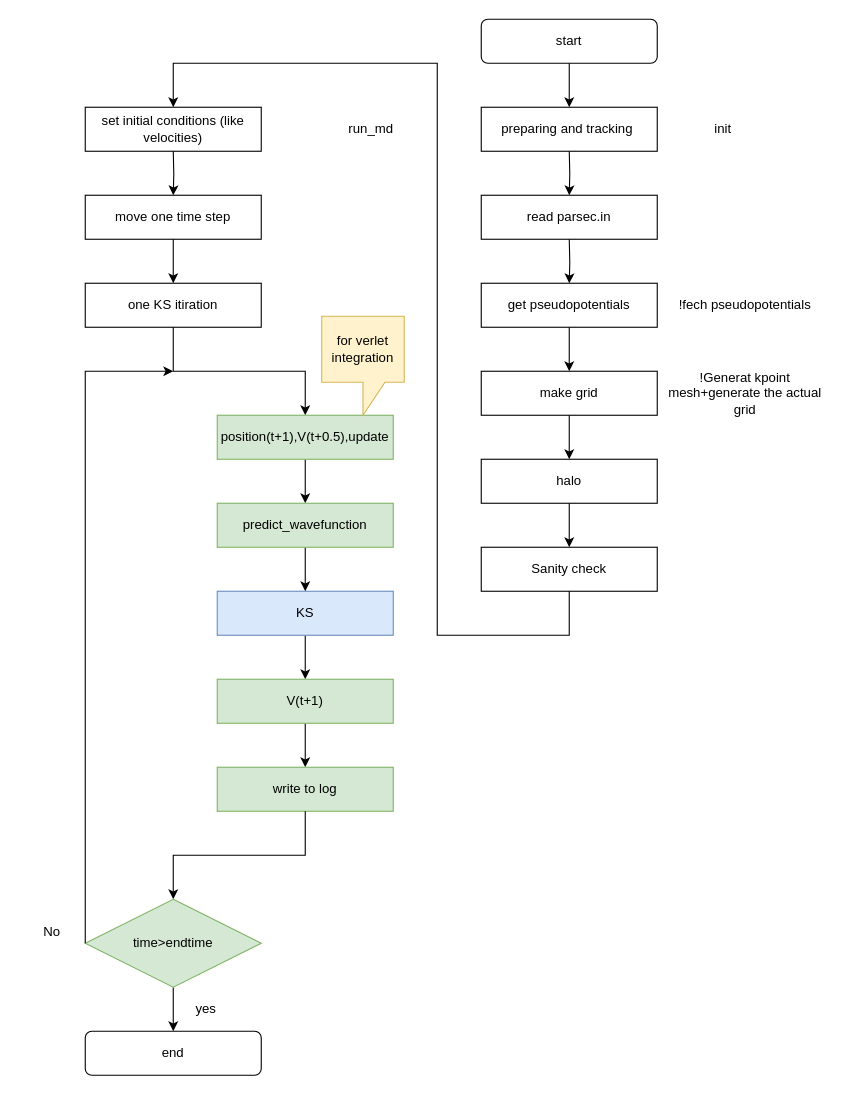
MorYagueldeLame/flowchart_BOMD keeps this draw.io diagram as start_BOMD-KS.drawio. Above is the earlier version. Source tidied: cells renumbered, new cells numbered last; positions are measured from the earlier drawing's top-left corner, leaving out a move shared by most shapes. Both pictures are drawn from the tidied source at 110%, with x=0, y=0 at pixel (19, 19).
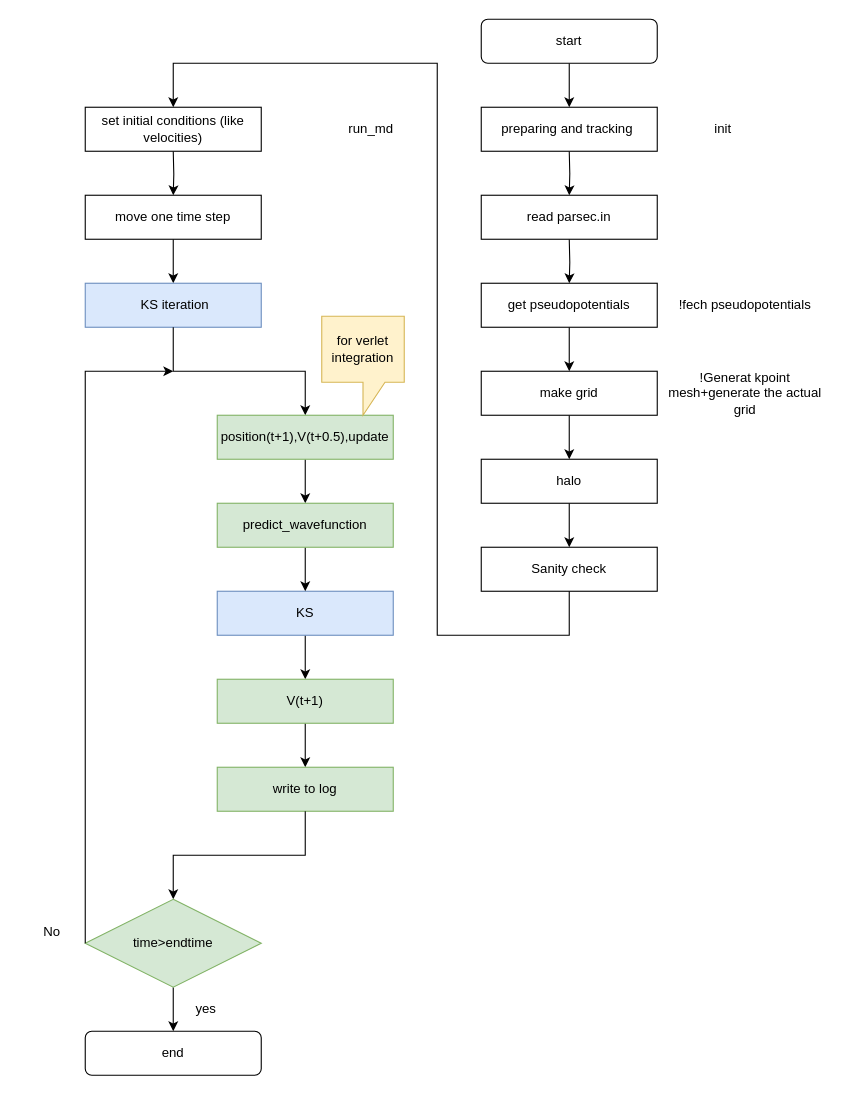
The same diagram, later.

What changed in the source:
```diff
@@
-    <mxCell id="24" value="one KS itiration" style="whiteSpace=wrap;html=1;" parent="1" vertex="1">
+    <mxCell id="24" value="&amp;nbsp;KS iteration" style="whiteSpace=wrap;html=1;fillColor=#dae8fc;strokeColor=#6c8ebf;" parent="1" vertex="1">
       <mxGeometry x="60" y="240" width="160" height="40" as="geometry" />
     </mxCell>
```
